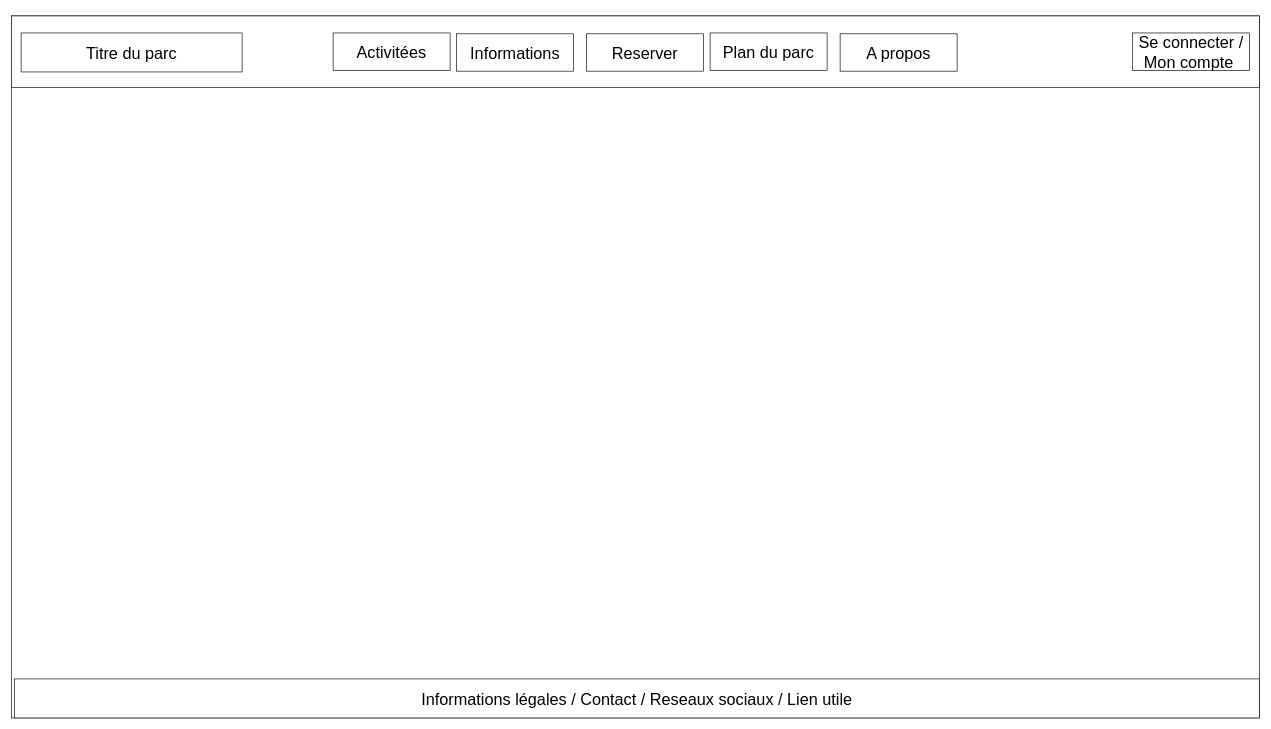
This is page "Création d'un compte" (3 of 9) of doc/wireframe_desktop.drawio from SeguierJonathan/ZombieLand, a draw.io file, before an edit. Source tidied: cells renumbered, new cells numbered last; positions are measured from the earlier drawing's top-left corner, leaving out a move shared by most shapes. Both pictures are drawn from the tidied source at 65%, with x=0, y=0 at pixel (11, 16).
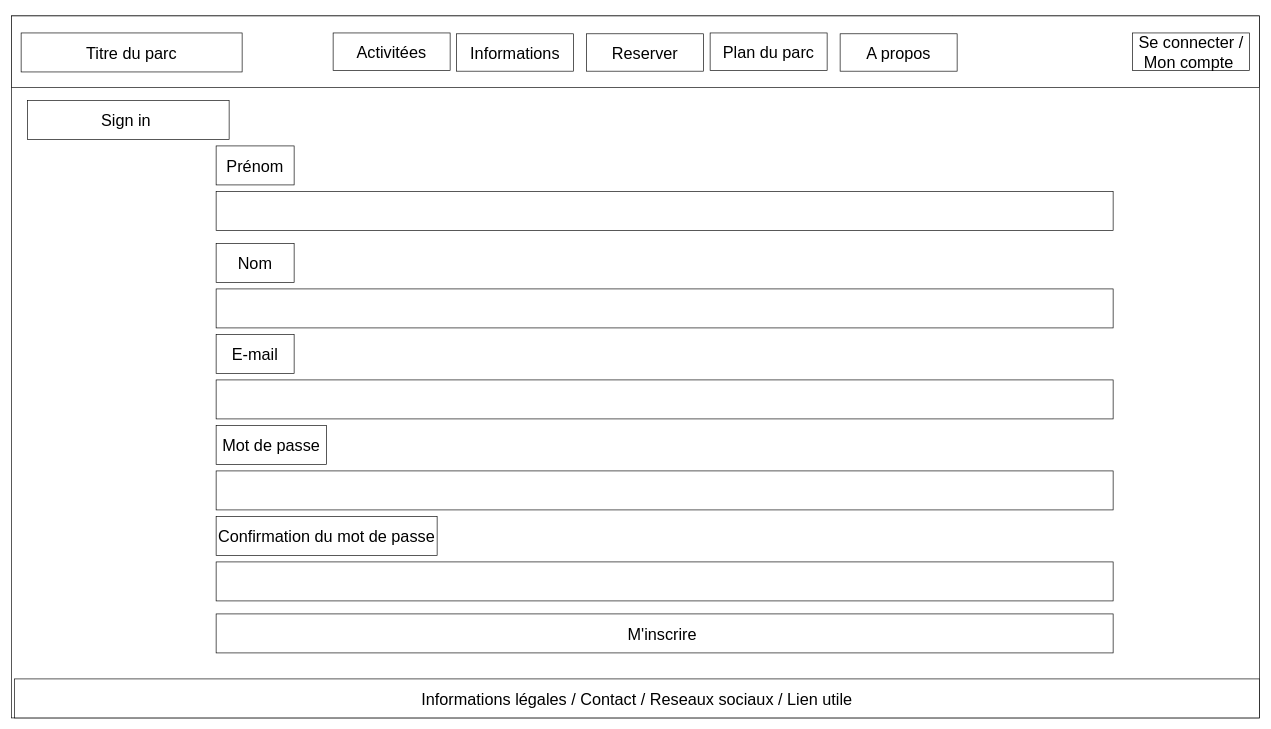
The same page after the edit.

The edit, as a diff of the source:
```diff
@@
+    <mxCell id="13" value="&lt;font style=&quot;font-size: 25px;&quot;&gt;Sign in&amp;nbsp;&lt;/font&gt;" style="rounded=0;whiteSpace=wrap;html=1;" parent="1" vertex="1">
+      <mxGeometry x="25" y="130" width="310" height="60" as="geometry" />
+    </mxCell>
+    <mxCell id="14" style="rounded=0;whiteSpace=wrap;html=1;" parent="1" vertex="1">
+      <mxGeometry x="315" y="420" width="1380" height="60" as="geometry" />
+    </mxCell>
+    <mxCell id="15" style="rounded=0;whiteSpace=wrap;html=1;" parent="1" vertex="1">
+      <mxGeometry x="315" y="270" width="1380" height="60" as="geometry" />
+    </mxCell>
+    <mxCell id="16" style="rounded=0;whiteSpace=wrap;html=1;" parent="1" vertex="1">
+      <mxGeometry x="315" y="560" width="1380" height="60" as="geometry" />
+    </mxCell>
+    <mxCell id="17" style="rounded=0;whiteSpace=wrap;html=1;" parent="1" vertex="1">
+      <mxGeometry x="315" y="700" width="1380" height="60" as="geometry" />
+    </mxCell>
+    <mxCell id="18" value="&lt;font style=&quot;font-size: 25px;&quot;&gt;M'inscrire&amp;nbsp;&lt;/font&gt;" style="rounded=0;whiteSpace=wrap;html=1;" parent="1" vertex="1">
+      <mxGeometry x="315" y="920" width="1380" height="60" as="geometry" />
+    </mxCell>
+    <mxCell id="19" value="&lt;font style=&quot;font-size: 25px;&quot;&gt;Prénom&lt;/font&gt;" style="rounded=0;whiteSpace=wrap;html=1;" parent="1" vertex="1">
+      <mxGeometry x="315" y="200" width="120" height="60" as="geometry" />
+    </mxCell>
+    <mxCell id="20" value="&lt;font style=&quot;font-size: 25px;&quot;&gt;Nom&lt;/font&gt;" style="rounded=0;whiteSpace=wrap;html=1;" parent="1" vertex="1">
+      <mxGeometry x="315" y="350" width="120" height="60" as="geometry" />
+    </mxCell>
+    <mxCell id="21" value="&lt;font style=&quot;font-size: 25px;&quot;&gt;E-mail&lt;/font&gt;" style="rounded=0;whiteSpace=wrap;html=1;" parent="1" vertex="1">
+      <mxGeometry x="315" y="490" width="120" height="60" as="geometry" />
+    </mxCell>
+    <mxCell id="22" value="&lt;span style=&quot;font-size: 25px;&quot;&gt;Mot de passe&lt;/span&gt;" style="rounded=0;whiteSpace=wrap;html=1;" parent="1" vertex="1">
+      <mxGeometry x="315" y="630" width="170" height="60" as="geometry" />
+    </mxCell>
+    <mxCell id="23" value="&lt;span style=&quot;font-size: 25px;&quot;&gt;Confirmation du mot de passe&lt;/span&gt;" style="rounded=0;whiteSpace=wrap;html=1;" parent="1" vertex="1">
+      <mxGeometry x="315" y="770" width="340" height="60" as="geometry" />
+    </mxCell>
+    <mxCell id="24" style="rounded=0;whiteSpace=wrap;html=1;" parent="1" vertex="1">
+      <mxGeometry x="315" y="840" width="1380" height="60" as="geometry" />
+    </mxCell>
```
